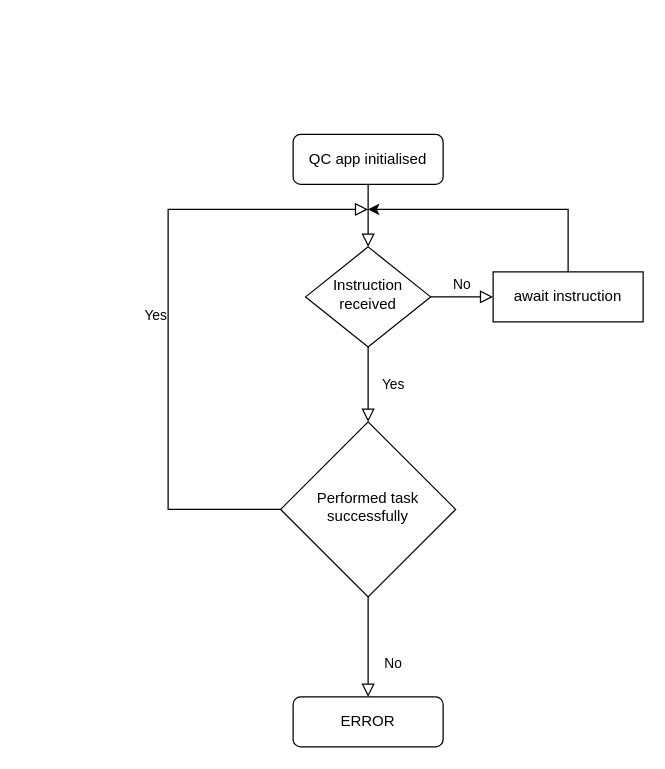
Srinivas-Ganti/TQC keeps this draw.io diagram as View/Untitled Diagram.drawio. Above is the earlier version. Source tidied: cells renumbered, new cells numbered last; positions are measured from the earlier drawing's top-left corner, leaving out a move shared by most shapes. Both pictures are drawn from the tidied source at 125%, with x=0, y=0 at pixel (168, 134).
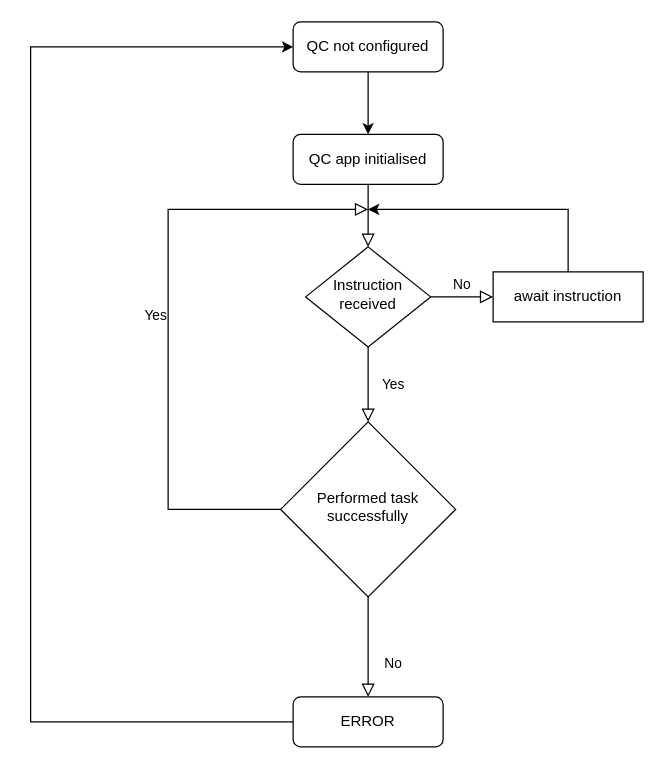
After the change.

Unchanged cells that the change refers to:
```xml
<mxCell id="3" value="QC app initialised" style="rounded=1;whiteSpace=wrap;html=1;fontSize=12;glass=0;strokeWidth=1;shadow=0;" parent="1" vertex="1">
  <mxGeometry x="100" width="120" height="40" as="geometry" />
</mxCell>
<mxCell id="11" value="ERROR" style="rounded=1;whiteSpace=wrap;html=1;fontSize=12;glass=0;strokeWidth=1;shadow=0;" parent="1" vertex="1">
  <mxGeometry x="100" y="450" width="120" height="40" as="geometry" />
</mxCell>
```

Diff of the diagram source:
```diff
@@
+    <mxCell id="13" style="edgeStyle=orthogonalEdgeStyle;rounded=0;jettySize=auto;html=1;exitX=0;exitY=0.5;exitDx=0;exitDy=0;entryX=0;entryY=0.5;entryDx=0;entryDy=0;" parent="1" edge="1" source="11" target="15">
+      <mxGeometry relative="1" as="geometry">
+        <Array as="points">
+          <mxPoint x="-110" y="470" />
+          <mxPoint x="-110" y="-70" />
+        </Array>
+      </mxGeometry>
+    </mxCell>
@@
+    <mxCell id="14" style="edgeStyle=orthogonalEdgeStyle;rounded=0;jettySize=auto;html=1;exitX=0.5;exitY=1;exitDx=0;exitDy=0;" parent="1" edge="1" source="15" target="3">
+      <mxGeometry relative="1" as="geometry" />
+    </mxCell>
+    <mxCell id="15" value="QC not configured" style="rounded=1;whiteSpace=wrap;html=1;fontSize=12;glass=0;strokeWidth=1;shadow=0;" parent="1" vertex="1">
+      <mxGeometry x="100" y="-90" width="120" height="40" as="geometry" />
+    </mxCell>
```
